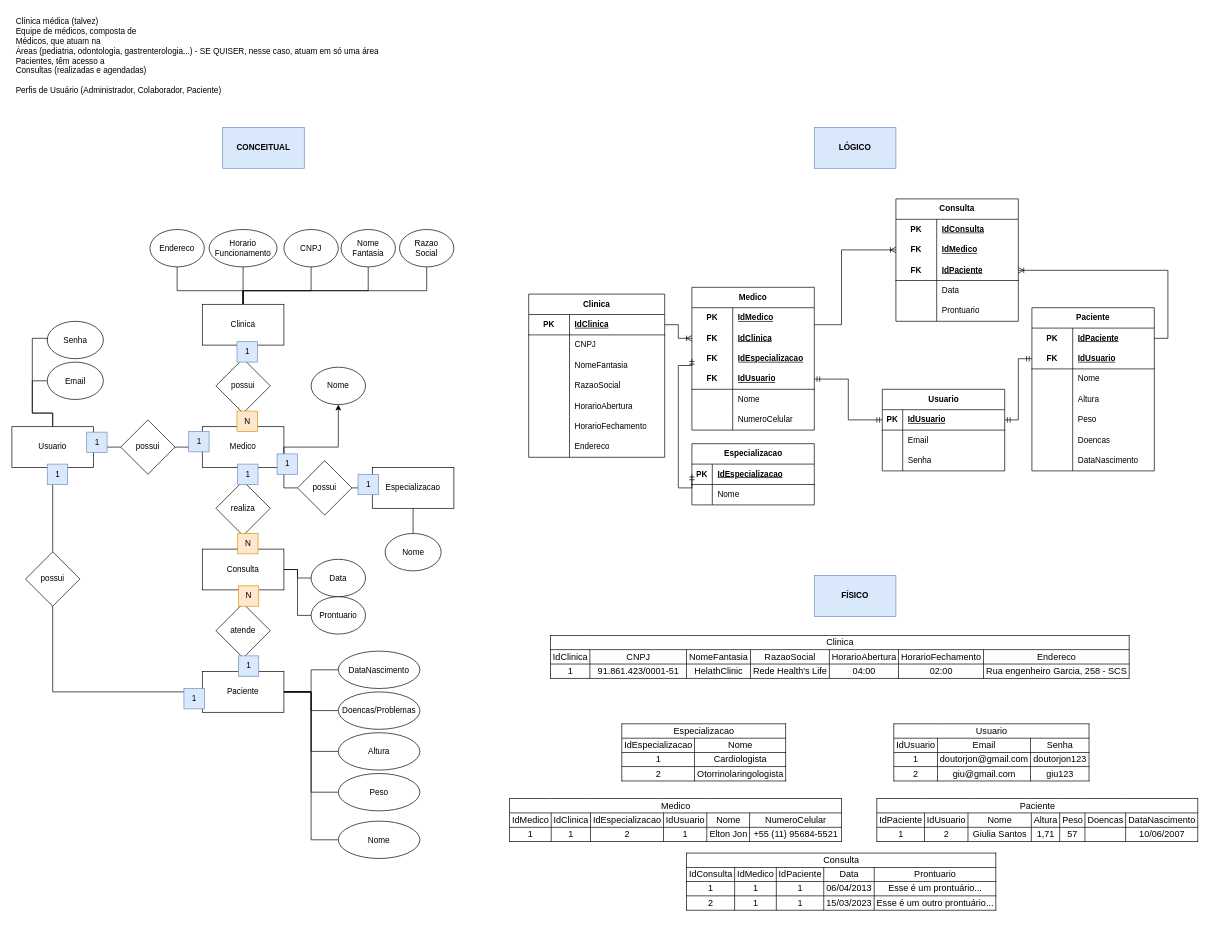
LucasBO7/senai-curso-repos-semestre-2 keeps this draw.io diagram as Banco de dados - Sprint 1/Projeto Health Clinic/Health Clinic.drawio. Above is the earlier version. Source tidied: cells renumbered, new cells numbered last; positions are measured from the earlier drawing's top-left corner, leaving out a move shared by most shapes. Both pictures are drawn from the tidied source at 68%, with x=0, y=0 at pixel (12, 12).
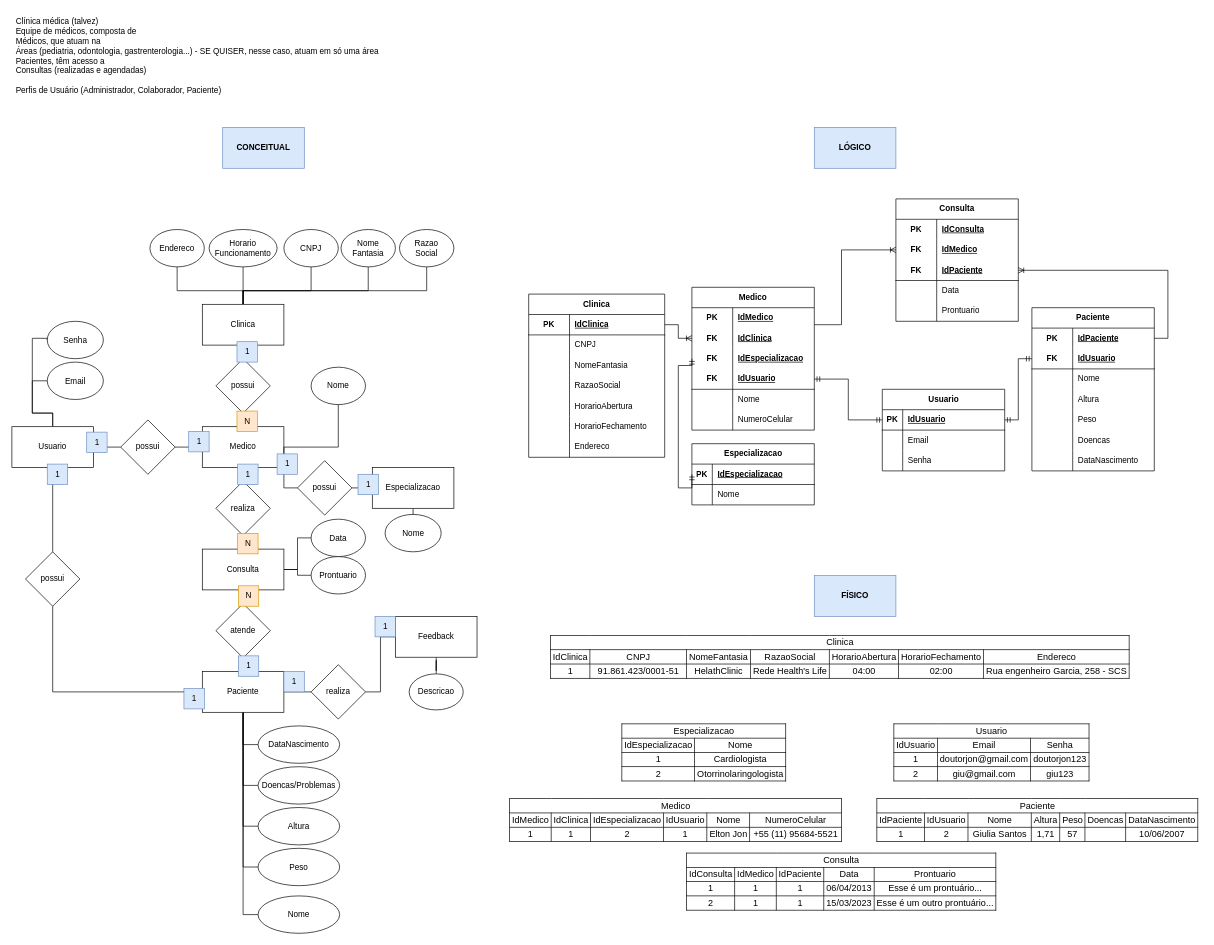
After the change.

The change refers to these unchanged cells:
```xml
<mxCell id="25" value="Medico" style="rounded=0;whiteSpace=wrap;html=1;" parent="1" vertex="1">
  <mxGeometry x="280" y="610" width="120" height="60" as="geometry" />
</mxCell>
<mxCell id="36" value="Paciente" style="rounded=0;whiteSpace=wrap;html=1;" parent="1" vertex="1">
  <mxGeometry x="280" y="970" width="120" height="60" as="geometry" />
</mxCell>
<mxCell id="69" value="Nome" style="ellipse;whiteSpace=wrap;html=1;rounded=0;" parent="1" vertex="1">
  <mxGeometry x="440" y="522.5" width="80" height="55" as="geometry" />
</mxCell>
```

What changed in the source:
```diff
@@
-    <mxCell id="24" style="edgeStyle=orthogonalEdgeStyle;jettySize=auto;html=1;entryX=0.5;entryY=1;entryDx=0;entryDy=0;rounded=0;" parent="1" edge="1" source="25" target="69">
+    <mxCell id="24" style="edgeStyle=orthogonalEdgeStyle;jettySize=auto;html=1;entryX=0.5;entryY=1;entryDx=0;entryDy=0;rounded=0;endArrow=none;endFill=0;" parent="1" edge="1" source="25" target="69">
       <mxGeometry relative="1" as="geometry" />
     </mxCell>
@@
+    <mxCell id="182" style="edgeStyle=orthogonalEdgeStyle;rounded=0;jettySize=auto;html=1;entryX=0;entryY=0.5;entryDx=0;entryDy=0;endArrow=none;endFill=0;" parent="1" edge="1" source="36" target="187">
+      <mxGeometry relative="1" as="geometry" />
+    </mxCell>
@@
     <mxCell id="55" value="Nome" style="ellipse;whiteSpace=wrap;html=1;rounded=0;" parent="1" vertex="1">
-      <mxGeometry x="548.8" y="767" width="82.5" height="55" as="geometry" />
+      <mxGeometry x="548.8" y="739" width="82.5" height="55" as="geometry" />
     </mxCell>
     <mxCell id="56" value="DataNascimento" style="ellipse;whiteSpace=wrap;html=1;rounded=0;" parent="1" vertex="1">
-      <mxGeometry x="480" y="940" width="120" height="55" as="geometry" />
+      <mxGeometry x="362" y="1050" width="120" height="55" as="geometry" />
     </mxCell>
     <mxCell id="57" value="Doencas/Problemas" style="ellipse;whiteSpace=wrap;html=1;rounded=0;" parent="1" vertex="1">
-      <mxGeometry x="480" y="1000" width="120" height="55" as="geometry" />
+      <mxGeometry x="362" y="1110" width="120" height="55" as="geometry" />
     </mxCell>
@@
     <mxCell id="60" value="Altura" style="ellipse;whiteSpace=wrap;html=1;rounded=0;" parent="1" vertex="1">
-      <mxGeometry x="480" y="1060" width="120" height="55" as="geometry" />
+      <mxGeometry x="362" y="1170" width="120" height="55" as="geometry" />
     </mxCell>
     <mxCell id="61" value="Peso" style="ellipse;whiteSpace=wrap;html=1;rounded=0;" parent="1" vertex="1">
-      <mxGeometry x="480" y="1120" width="120" height="55" as="geometry" />
+      <mxGeometry x="362" y="1230" width="120" height="55" as="geometry" />
     </mxCell>
     <mxCell id="62" value="Data" style="ellipse;whiteSpace=wrap;html=1;rounded=0;" parent="1" vertex="1">
-      <mxGeometry x="440" y="805" width="80" height="55" as="geometry" />
+      <mxGeometry x="440" y="746" width="80" height="55" as="geometry" />
     </mxCell>
     <mxCell id="63" value="Prontuario" style="ellipse;whiteSpace=wrap;html=1;rounded=0;" parent="1" vertex="1">
-      <mxGeometry x="440" y="860" width="80" height="55" as="geometry" />
+      <mxGeometry x="440" y="801" width="80" height="55" as="geometry" />
     </mxCell>
@@
     <mxCell id="112" value="Nome" style="ellipse;whiteSpace=wrap;html=1;rounded=0;" parent="1" vertex="1">
-      <mxGeometry x="480" y="1190" width="120" height="55" as="geometry" />
+      <mxGeometry x="362" y="1300" width="120" height="55" as="geometry" />
     </mxCell>
@@
+    <mxCell id="183" style="edgeStyle=orthogonalEdgeStyle;rounded=0;jettySize=auto;html=1;entryX=0.5;entryY=0;entryDx=0;entryDy=0;endArrow=none;endFill=0;" parent="1" edge="1" source="184" target="185">
+      <mxGeometry relative="1" as="geometry" />
+    </mxCell>
+    <mxCell id="184" value="Feedback" style="rounded=0;whiteSpace=wrap;html=1;" parent="1" vertex="1">
+      <mxGeometry x="564" y="889" width="120" height="60" as="geometry" />
+    </mxCell>
+    <mxCell id="185" value="Descricao" style="ellipse;whiteSpace=wrap;html=1;" parent="1" vertex="1">
+      <mxGeometry x="584.2" y="973.5" width="79.5" height="53" as="geometry" />
+    </mxCell>
+    <mxCell id="186" style="edgeStyle=orthogonalEdgeStyle;rounded=0;jettySize=auto;html=1;entryX=0;entryY=0.5;entryDx=0;entryDy=0;endArrow=none;endFill=0;" parent="1" edge="1" source="187" target="184">
+      <mxGeometry relative="1" as="geometry" />
+    </mxCell>
+    <mxCell id="187" value="realiza" style="rhombus;whiteSpace=wrap;html=1;rounded=0;" parent="1" vertex="1">
+      <mxGeometry x="440" y="960" width="80" height="80" as="geometry" />
+    </mxCell>
+    <mxCell id="188" value="1" style="text;html=1;align=center;verticalAlign=middle;strokeColor=#6c8ebf;fillColor=#dae8fc;rounded=0;" parent="1" vertex="1">
+      <mxGeometry x="400" y="970" width="30" height="30" as="geometry" />
+    </mxCell>
+    <mxCell id="189" value="1" style="text;html=1;align=center;verticalAlign=middle;strokeColor=#6c8ebf;fillColor=#dae8fc;rounded=0;" parent="1" vertex="1">
+      <mxGeometry x="534" y="889" width="30" height="30" as="geometry" />
+    </mxCell>
```
